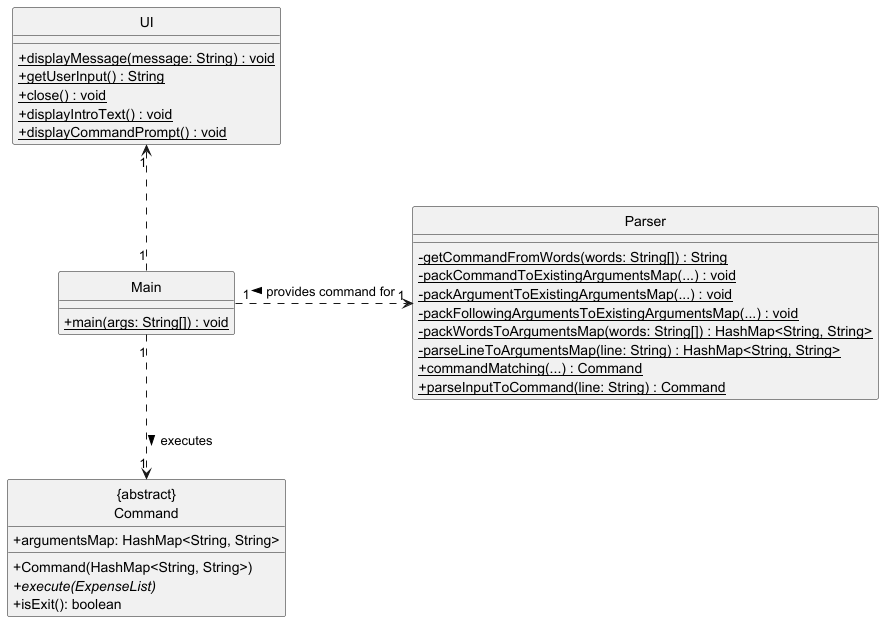
nus-cs2113-AY2425S1/tp keeps this PlantUML diagram as docs/diagrams/images/UiToCommand.png. Above is the earlier version.
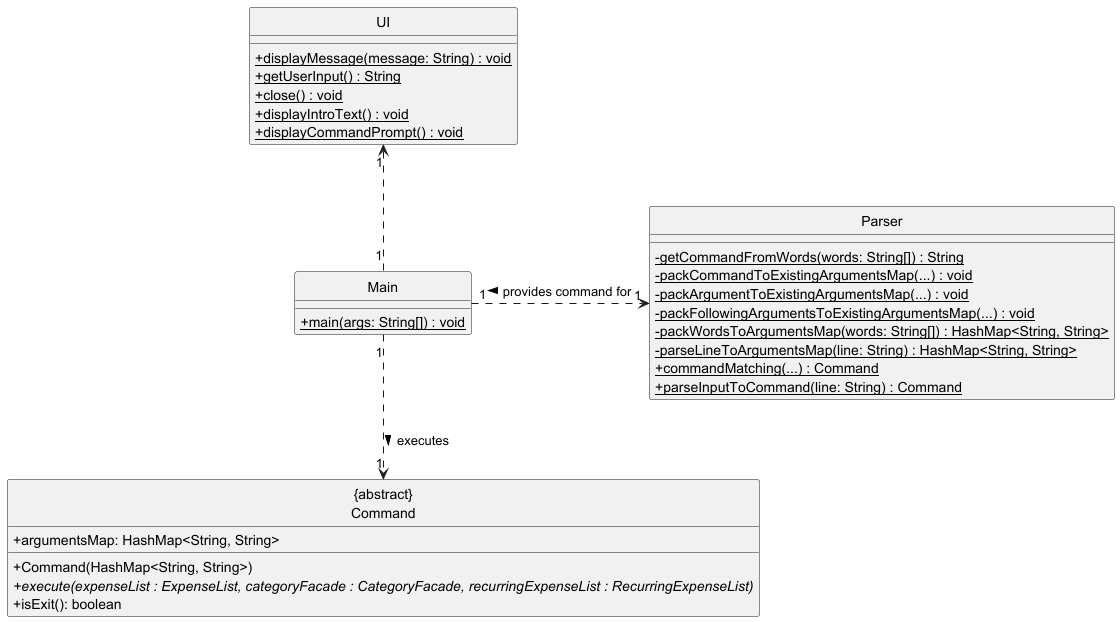
After the commit.

What changed in the source:
```diff
@@ -28,7 +28,7 @@
 class "{abstract}\nCommand" {
     +argumentsMap: HashMap<String, String>
     +Command(HashMap<String, String>)
-    +execute(ExpenseList) {abstract}
+    +execute(expenseList : ExpenseList, categoryFacade : CategoryFacade, recurringExpenseList : RecurringExpenseList) {abstract}
     +isExit(): boolean
 }
 
```
